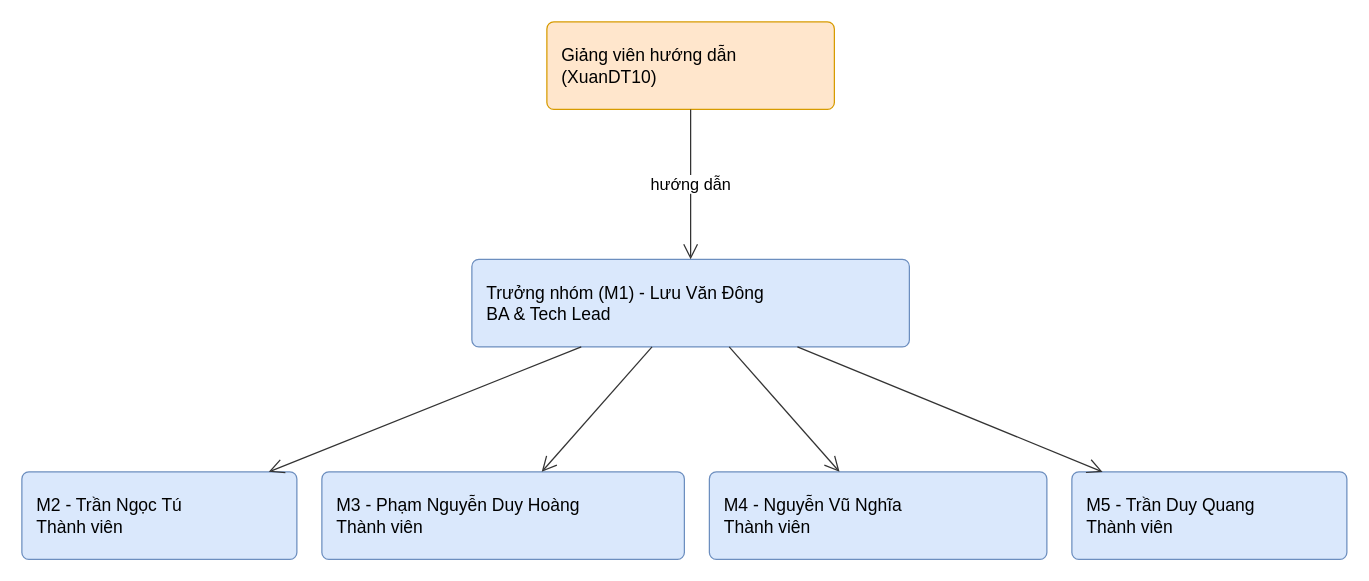
Before: docs/VN/diagram/Report 2/So do to chuc/So do to chuc.drawio in LuuDong2004/SEP490_G123_SFEMS, a draw.io diagram. Source tidied: cells renumbered, new cells numbered last; positions are measured from the earlier drawing's top-left corner, leaving out a move shared by most shapes. Both pictures are drawn from the tidied source at 125%, with x=0, y=0 at pixel (21, 21).
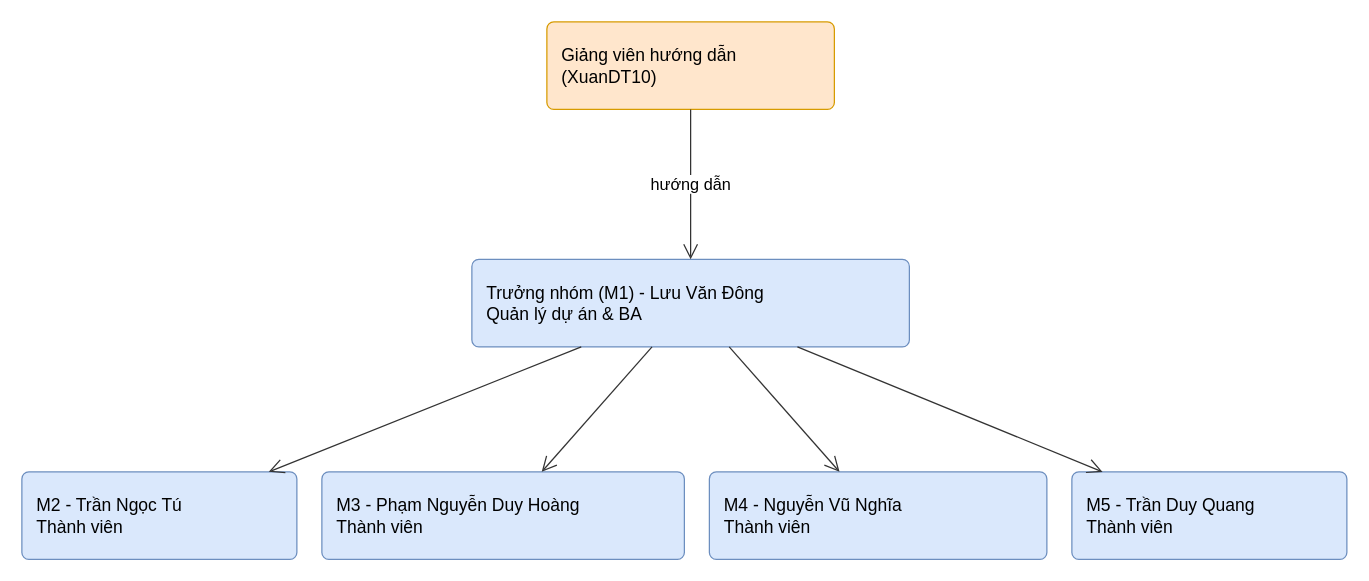
The same diagram, later.

Change to the diagram source:
```diff
@@
 <mxGraphModel background="#FFFFFF">
   <root>
     <mxCell id="0" />
     <mxCell id="1" parent="0" />
     <mxCell id="2" value="Giảng viên hướng dẫn&lt;br&gt;(XuanDT10)" style="rounded=1;arcSize=8;whiteSpace=wrap;align=left;spacingLeft=10;strokeColor=#D79B00;fontFamily=Arial;fontSize=13;html=1;fontSize=14;fillColor=#FFE6CC;" parent="1" vertex="1">
       <mxGeometry x="420" width="230" height="70" as="geometry" />
     </mxCell>
-    <mxCell id="3" value="Trưởng nhóm (M1) - Lưu Văn Đông&lt;br&gt;BA &amp;amp; Tech Lead" style="rounded=1;arcSize=8;whiteSpace=wrap;align=left;spacingLeft=10;strokeColor=#6C8EBF;fontFamily=Arial;fontSize=13;html=1;fontSize=14;fillColor=#DAE8FC;" parent="1" vertex="1">
+    <mxCell id="3" value="Trưởng nhóm (M1) - Lưu Văn Đông&lt;br&gt;Quản lý dự án &amp;amp; BA" style="rounded=1;arcSize=8;whiteSpace=wrap;align=left;spacingLeft=10;strokeColor=#6C8EBF;fontFamily=Arial;fontSize=13;html=1;fontSize=14;fillColor=#DAE8FC;" parent="1" vertex="1">
       <mxGeometry x="360" y="190" width="350" height="70" as="geometry" />
     </mxCell>
     <mxCell id="4" value="M2 - Trần Ngọc Tú&lt;br&gt;Thành viên" style="rounded=1;arcSize=8;whiteSpace=wrap;align=left;spacingLeft=10;strokeColor=#6C8EBF;fontFamily=Arial;fontSize=13;html=1;fontSize=14;fillColor=#DAE8FC;" parent="1" vertex="1">
       <mxGeometry y="360" width="220" height="70" as="geometry" />
     </mxCell>
     <mxCell id="5" value="M3 - Phạm Nguyễn Duy Hoàng&lt;br&gt;Thành viên" style="rounded=1;arcSize=8;whiteSpace=wrap;align=left;spacingLeft=10;strokeColor=#6C8EBF;fontFamily=Arial;fontSize=13;html=1;fontSize=14;fillColor=#DAE8FC;" parent="1" vertex="1">
       <mxGeometry x="240" y="360" width="290" height="70" as="geometry" />
     </mxCell>
     <mxCell id="6" value="M4 - Nguyễn Vũ Nghĩa&lt;br&gt;Thành viên" style="rounded=1;arcSize=8;whiteSpace=wrap;align=left;spacingLeft=10;strokeColor=#6C8EBF;fontFamily=Arial;fontSize=13;html=1;fontSize=14;fillColor=#DAE8FC;" parent="1" vertex="1">
       <mxGeometry x="550" y="360" width="270" height="70" as="geometry" />
     </mxCell>
     <mxCell id="7" value="M5 - Trần Duy Quang&lt;br&gt;Thành viên" style="rounded=1;arcSize=8;whiteSpace=wrap;align=left;spacingLeft=10;strokeColor=#6C8EBF;fontFamily=Arial;fontSize=13;html=1;fontSize=14;fillColor=#DAE8FC;" parent="1" vertex="1">
       <mxGeometry x="840" y="360" width="220" height="70" as="geometry" />
     </mxCell>
     <mxCell id="8" value="hướng dẫn" style="endArrow=open;endSize=10;strokeColor=#333333;fontFamily=Arial;fontSize=13;html=1;" parent="1" edge="1" source="2" target="3">
       <mxGeometry relative="1" as="geometry" />
     </mxCell>
     <mxCell id="9" style="endArrow=open;endSize=10;strokeColor=#333333;fontFamily=Arial;fontSize=13;html=1;" parent="1" edge="1" source="3" target="4">
       <mxGeometry relative="1" as="geometry" />
     </mxCell>
     <mxCell id="10" style="endArrow=open;endSize=10;strokeColor=#333333;fontFamily=Arial;fontSize=13;html=1;" parent="1" edge="1" source="3" target="5">
       <mxGeometry relative="1" as="geometry" />
     </mxCell>
     <mxCell id="11" style="endArrow=open;endSize=10;strokeColor=#333333;fontFamily=Arial;fontSize=13;html=1;" parent="1" edge="1" source="3" target="6">
       <mxGeometry relative="1" as="geometry" />
     </mxCell>
     <mxCell id="12" style="endArrow=open;endSize=10;strokeColor=#333333;fontFamily=Arial;fontSize=13;html=1;" parent="1" edge="1" source="3" target="7">
       <mxGeometry relative="1" as="geometry" />
     </mxCell>
   </root>
 </mxGraphModel>
```
